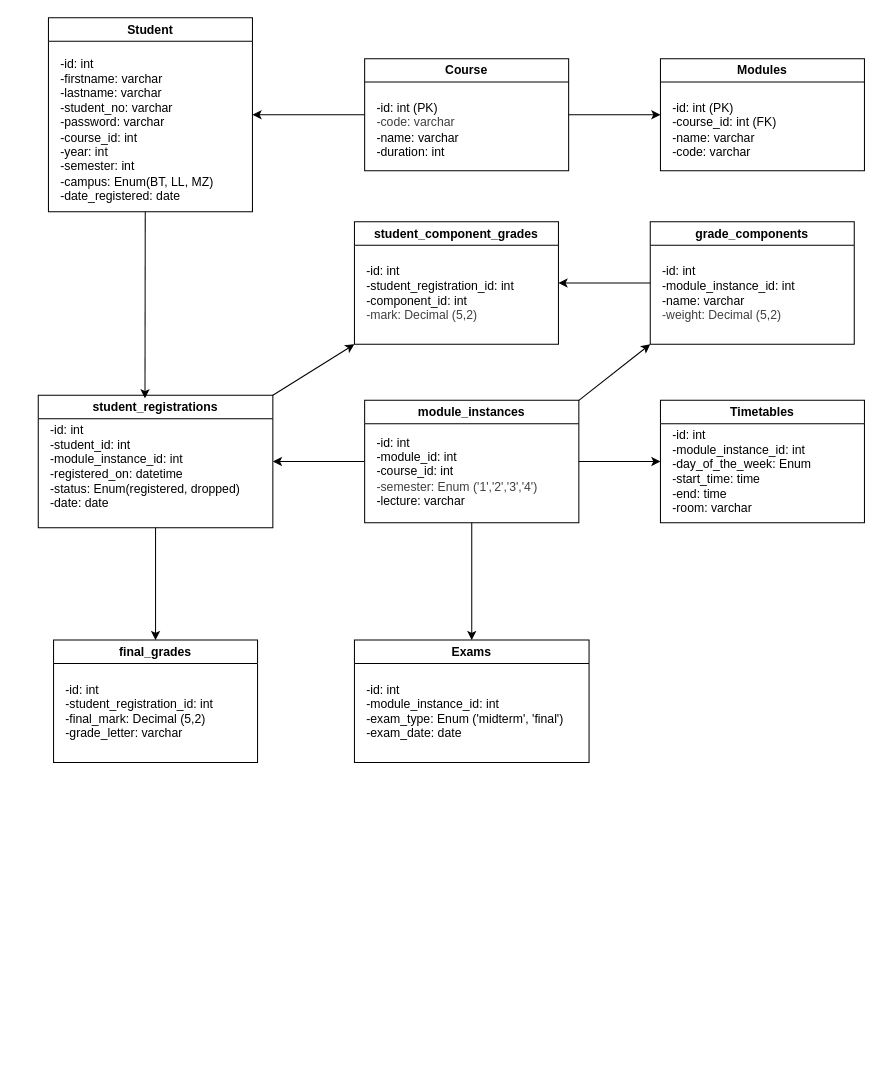
The draw.io diagram models/schoolReg_class_diagram.drawio in codebytiya/4th-year-project-, before the edit. Source tidied: cells renumbered, new cells numbered last; positions are measured from the earlier drawing's top-left corner, leaving out a move shared by most shapes. Both pictures are drawn from the tidied source at 102%, with x=0, y=0 at pixel (38, 17).
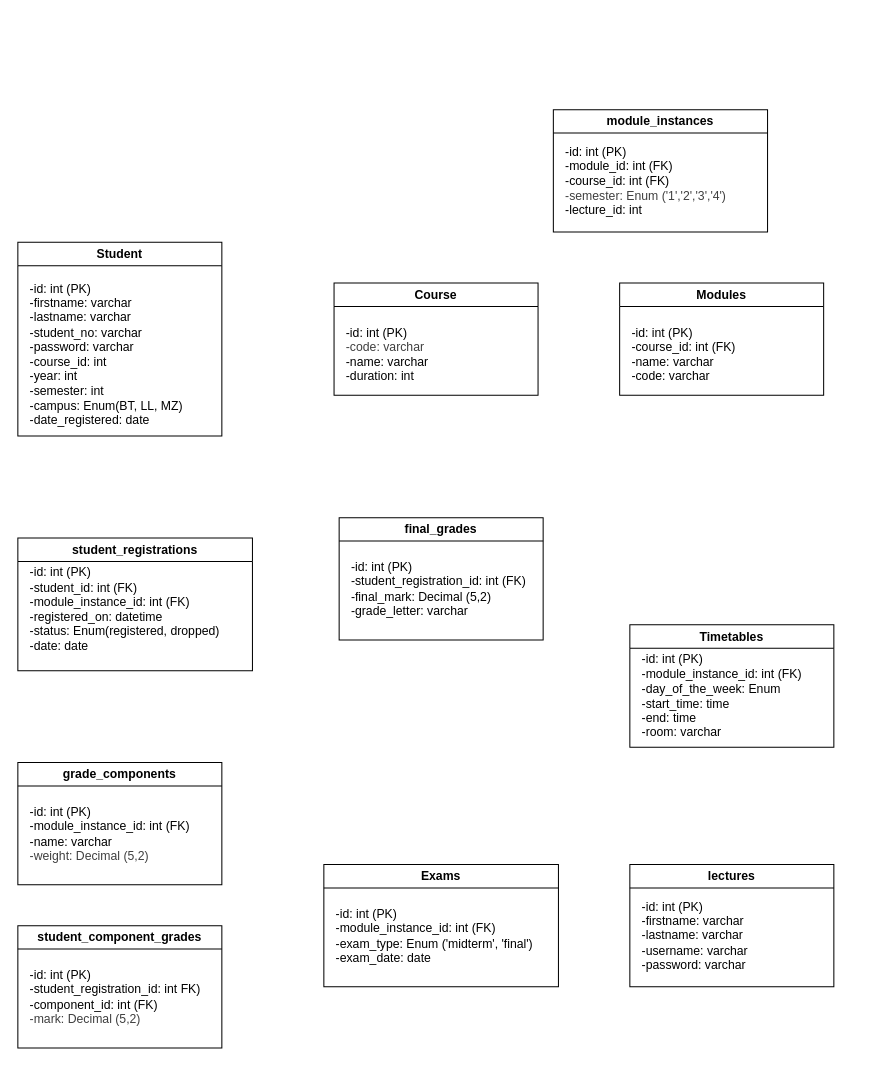
The same diagram, later.

Commit message (it also covers changes not shown here):
updating database model, adding lecture

Change to the diagram source:
```diff
@@
     <mxCell id="2" value="Student" style="swimlane;whiteSpace=wrap;html=1;" parent="1" vertex="1">
-      <mxGeometry x="10" width="200" height="190" as="geometry" />
+      <mxGeometry x="-20" y="220" width="200" height="190" as="geometry" />
     </mxCell>
-    <mxCell id="3" value="-id: int&lt;div&gt;-firstname: varchar&lt;/div&gt;&lt;div&gt;-lastname: varchar&lt;/div&gt;&lt;div&gt;-student_no: varchar&lt;/div&gt;&lt;div&gt;-password: varchar&lt;/div&gt;&lt;div&gt;-course_id: int&lt;/div&gt;&lt;div&gt;-year: int&lt;/div&gt;&lt;div&gt;-semester: int&lt;/div&gt;&lt;div&gt;-campus: Enum(BT, LL, MZ)&lt;/div&gt;&lt;div&gt;-date_registered: date&lt;/div&gt;" style="text;html=1;align=left;verticalAlign=middle;points=[];strokeColor=none;fillColor=none;" parent="2" vertex="1">
+    <mxCell id="3" value="-id: int (PK)&lt;div&gt;-firstname: varchar&lt;/div&gt;&lt;div&gt;-lastname: varchar&lt;/div&gt;&lt;div&gt;-student_no: varchar&lt;/div&gt;&lt;div&gt;-password: varchar&lt;/div&gt;&lt;div&gt;-course_id: int&lt;/div&gt;&lt;div&gt;-year: int&lt;/div&gt;&lt;div&gt;-semester: int&lt;/div&gt;&lt;div&gt;-campus: Enum(BT, LL, MZ)&lt;/div&gt;&lt;div&gt;-date_registered: date&lt;/div&gt;" style="text;html=1;align=left;verticalAlign=middle;points=[];strokeColor=none;fillColor=none;" parent="2" vertex="1">
       <mxGeometry x="10" y="30" width="170" height="160" as="geometry" />
     </mxCell>
-    <mxCell id="4" style="edgeStyle=none;html=1;exitX=0;exitY=0.5;exitDx=0;exitDy=0;entryX=1;entryY=0.5;entryDx=0;entryDy=0;" parent="1" edge="1" source="6" target="2">
-      <mxGeometry relative="1" as="geometry" />
-    </mxCell>
-    <mxCell id="5" style="edgeStyle=none;html=1;exitX=1;exitY=0.5;exitDx=0;exitDy=0;entryX=0;entryY=0.5;entryDx=0;entryDy=0;" parent="1" edge="1" source="6" target="8">
-      <mxGeometry relative="1" as="geometry" />
-    </mxCell>
     <mxCell id="6" value="Course" style="swimlane;whiteSpace=wrap;html=1;" parent="1" vertex="1">
-      <mxGeometry x="320" y="40" width="200" height="110" as="geometry" />
+      <mxGeometry x="290" y="260" width="200" height="110" as="geometry" />
     </mxCell>
@@
     <mxCell id="8" value="Modules" style="swimlane;whiteSpace=wrap;html=1;" parent="1" vertex="1">
-      <mxGeometry x="610" y="40" width="200" height="110" as="geometry" />
+      <mxGeometry x="570" y="260" width="200" height="110" as="geometry" />
     </mxCell>
@@
     <mxCell id="10" value="Timetables" style="swimlane;whiteSpace=wrap;html=1;" parent="1" vertex="1">
-      <mxGeometry x="610" y="375" width="200" height="120" as="geometry" />
+      <mxGeometry x="580" y="595" width="200" height="120" as="geometry" />
     </mxCell>
-    <mxCell id="11" value="-id: int&lt;div&gt;&lt;font color=&quot;#000000&quot;&gt;-module_instance_id: int&lt;br&gt;&lt;/font&gt;&lt;div&gt;&lt;font color=&quot;#000000&quot;&gt;-day_of_the_week: Enum&lt;br&gt;&lt;/font&gt;&lt;div&gt;-start_time: time&lt;/div&gt;&lt;div&gt;-end: time&lt;/div&gt;&lt;div&gt;-room: varchar&lt;/div&gt;&lt;/div&gt;&lt;/div&gt;" style="text;html=1;align=left;verticalAlign=middle;strokeColor=none;fillColor=none;" parent="10" vertex="1">
-      <mxGeometry x="10" y="20" width="160" height="100" as="geometry" />
+    <mxCell id="11" value="-id: int (PK)&lt;div&gt;&lt;font color=&quot;#000000&quot;&gt;-module_instance_id: int (FK)&lt;br&gt;&lt;/font&gt;&lt;div&gt;&lt;font color=&quot;#000000&quot;&gt;-day_of_the_week: Enum&lt;br&gt;&lt;/font&gt;&lt;div&gt;-start_time: time&lt;/div&gt;&lt;div&gt;-end: time&lt;/div&gt;&lt;div&gt;-room: varchar&lt;/div&gt;&lt;/div&gt;&lt;/div&gt;" style="text;html=1;align=left;verticalAlign=middle;strokeColor=none;fillColor=none;" parent="10" vertex="1">
+      <mxGeometry x="10" y="20" width="180" height="100" as="geometry" />
     </mxCell>
     <mxCell id="12" value="Exams" style="swimlane;whiteSpace=wrap;html=1;startSize=23;" parent="1" vertex="1">
-      <mxGeometry x="310" y="610" width="230" height="120" as="geometry" />
+      <mxGeometry x="280" y="830" width="230" height="120" as="geometry" />
     </mxCell>
-    <mxCell id="13" value="-id: int&lt;div&gt;&lt;font color=&quot;#000000&quot;&gt;-module_instance_id: int&lt;br&gt;&lt;/font&gt;&lt;div&gt;&lt;font color=&quot;#000000&quot;&gt;-exam_type: Enum ('midterm', 'final')&lt;/font&gt;&lt;/div&gt;&lt;/div&gt;&lt;div&gt;-exam_date: date&lt;/div&gt;" style="text;html=1;align=left;verticalAlign=middle;strokeColor=none;fillColor=none;" parent="12" vertex="1">
+    <mxCell id="13" value="-id: int (PK)&lt;div&gt;&lt;font color=&quot;#000000&quot;&gt;-module_instance_id: int (FK)&lt;br&gt;&lt;/font&gt;&lt;div&gt;&lt;font color=&quot;#000000&quot;&gt;-exam_type: Enum ('midterm', 'final')&lt;/font&gt;&lt;/div&gt;&lt;/div&gt;&lt;div&gt;-exam_date: date&lt;/div&gt;" style="text;html=1;align=left;verticalAlign=middle;strokeColor=none;fillColor=none;" parent="12" vertex="1">
       <mxGeometry x="10" y="35" width="220" height="70" as="geometry" />
     </mxCell>
-    <mxCell id="14" style="edgeStyle=none;html=1;exitX=0.5;exitY=1;exitDx=0;exitDy=0;" parent="1" edge="1" source="16" target="29">
-      <mxGeometry relative="1" as="geometry" />
-    </mxCell>
-    <mxCell id="15" style="edgeStyle=none;html=1;exitX=1;exitY=0;exitDx=0;exitDy=0;entryX=0;entryY=1;entryDx=0;entryDy=0;" parent="1" edge="1" source="16" target="27">
-      <mxGeometry relative="1" as="geometry" />
-    </mxCell>
     <mxCell id="16" value="student_registrations" style="swimlane;whiteSpace=wrap;html=1;startSize=23;" parent="1" vertex="1">
-      <mxGeometry y="370" width="230" height="130" as="geometry" />
+      <mxGeometry x="-20" y="510" width="230" height="130" as="geometry" />
     </mxCell>
-    <mxCell id="17" value="-id: int&lt;div&gt;&lt;font color=&quot;#000000&quot;&gt;-student_id: int&lt;br&gt;&lt;/font&gt;&lt;div&gt;&lt;font color=&quot;#000000&quot;&gt;-module_instance_id: int&lt;br&gt;&lt;/font&gt;&lt;div&gt;-registered_on: datetime&lt;/div&gt;&lt;div&gt;-status: Enum(registered, dropped)&lt;/div&gt;&lt;/div&gt;&lt;/div&gt;&lt;div&gt;-date: date&lt;/div&gt;" style="text;html=1;align=left;verticalAlign=middle;strokeColor=none;fillColor=none;" parent="16" vertex="1">
+    <mxCell id="17" value="-id: int (PK)&lt;div&gt;&lt;font color=&quot;#000000&quot;&gt;-student_id: int (FK)&lt;br&gt;&lt;/font&gt;&lt;div&gt;&lt;font color=&quot;#000000&quot;&gt;-module_instance_id: int (FK)&lt;br&gt;&lt;/font&gt;&lt;div&gt;-registered_on: datetime&lt;/div&gt;&lt;div&gt;-status: Enum(registered, dropped)&lt;/div&gt;&lt;/div&gt;&lt;/div&gt;&lt;div&gt;-date: date&lt;/div&gt;" style="text;html=1;align=left;verticalAlign=middle;strokeColor=none;fillColor=none;" parent="16" vertex="1">
       <mxGeometry x="10" y="20" width="210" height="100" as="geometry" />
     </mxCell>
-    <mxCell id="18" style="edgeStyle=none;html=1;exitX=1;exitY=0.5;exitDx=0;exitDy=0;entryX=0;entryY=0.5;entryDx=0;entryDy=0;" parent="1" edge="1" source="22" target="10">
-      <mxGeometry relative="1" as="geometry" />
-    </mxCell>
-    <mxCell id="19" style="edgeStyle=none;html=1;exitX=0;exitY=0.5;exitDx=0;exitDy=0;entryX=1;entryY=0.5;entryDx=0;entryDy=0;" parent="1" edge="1" source="22" target="16">
-      <mxGeometry relative="1" as="geometry" />
-    </mxCell>
-    <mxCell id="20" style="edgeStyle=none;html=1;exitX=0.5;exitY=1;exitDx=0;exitDy=0;" parent="1" edge="1" source="22" target="12">
-      <mxGeometry relative="1" as="geometry" />
-    </mxCell>
-    <mxCell id="21" style="edgeStyle=none;html=1;exitX=1;exitY=0;exitDx=0;exitDy=0;entryX=0;entryY=1;entryDx=0;entryDy=0;" parent="1" edge="1" source="22" target="25">
-      <mxGeometry relative="1" as="geometry" />
-    </mxCell>
     <mxCell id="22" value="module_instances" style="swimlane;whiteSpace=wrap;html=1;" parent="1" vertex="1">
-      <mxGeometry x="320" y="375" width="210" height="120" as="geometry" />
+      <mxGeometry x="505" y="90" width="210" height="120" as="geometry" />
     </mxCell>
-    <mxCell id="23" value="-id: int&lt;div&gt;&lt;font color=&quot;#000000&quot;&gt;-module_id: int&lt;br&gt;&lt;/font&gt;&lt;div&gt;&lt;font color=&quot;#000000&quot;&gt;-course_id: int&lt;/font&gt;&lt;/div&gt;&lt;div&gt;&lt;span style=&quot;color: rgb(63, 63, 63); background-color: transparent;&quot;&gt;-semester: Enum ('1','2','3','4')&lt;/span&gt;&lt;div&gt;-lecture: varchar&lt;/div&gt;&lt;/div&gt;&lt;/div&gt;" style="text;html=1;align=left;verticalAlign=middle;strokeColor=none;fillColor=none;" parent="22" vertex="1">
+    <mxCell id="23" value="-id: int (PK)&lt;div&gt;&lt;font color=&quot;#000000&quot;&gt;-module_id: int (FK)&lt;br&gt;&lt;/font&gt;&lt;div&gt;&lt;font color=&quot;#000000&quot;&gt;-course_id: int (FK)&lt;/font&gt;&lt;/div&gt;&lt;div&gt;&lt;span style=&quot;color: rgb(63, 63, 63); background-color: transparent;&quot;&gt;-semester: Enum ('1','2','3','4')&lt;/span&gt;&lt;div&gt;-lecture_id: int&lt;/div&gt;&lt;/div&gt;&lt;/div&gt;" style="text;html=1;align=left;verticalAlign=middle;strokeColor=none;fillColor=none;" parent="22" vertex="1">
       <mxGeometry x="10" y="25" width="180" height="90" as="geometry" />
     </mxCell>
-    <mxCell id="24" style="edgeStyle=none;html=1;exitX=0;exitY=0.5;exitDx=0;exitDy=0;entryX=1;entryY=0.5;entryDx=0;entryDy=0;" parent="1" edge="1" source="25" target="27">
-      <mxGeometry relative="1" as="geometry" />
-    </mxCell>
     <mxCell id="25" value="grade_components" style="swimlane;whiteSpace=wrap;html=1;" parent="1" vertex="1">
-      <mxGeometry x="600" y="200" width="200" height="120" as="geometry" />
+      <mxGeometry x="-20" y="730" width="200" height="120" as="geometry" />
     </mxCell>
-    <mxCell id="26" value="-id: int&lt;div&gt;&lt;font color=&quot;#000000&quot;&gt;-module_instance_id: int&lt;br&gt;&lt;/font&gt;&lt;div&gt;&lt;font color=&quot;#000000&quot;&gt;-name: varchar&lt;/font&gt;&lt;/div&gt;&lt;div&gt;&lt;span style=&quot;color: rgb(63, 63, 63); background-color: transparent;&quot;&gt;-weight: Decimal (5,2)&lt;/span&gt;&lt;/div&gt;&lt;/div&gt;" style="text;html=1;align=left;verticalAlign=middle;strokeColor=none;fillColor=none;" parent="25" vertex="1">
-      <mxGeometry x="10" y="35" width="150" height="70" as="geometry" />
+    <mxCell id="26" value="-id: int (PK)&lt;div&gt;&lt;font color=&quot;#000000&quot;&gt;-module_instance_id: int (FK)&lt;br&gt;&lt;/font&gt;&lt;div&gt;&lt;font color=&quot;#000000&quot;&gt;-name: varchar&lt;/font&gt;&lt;/div&gt;&lt;div&gt;&lt;span style=&quot;color: rgb(63, 63, 63); background-color: transparent;&quot;&gt;-weight: Decimal (5,2)&lt;/span&gt;&lt;/div&gt;&lt;/div&gt;" style="text;html=1;align=left;verticalAlign=middle;strokeColor=none;fillColor=none;" parent="25" vertex="1">
+      <mxGeometry x="10" y="35" width="180" height="70" as="geometry" />
     </mxCell>
     <mxCell id="27" value="student_component_grades" style="swimlane;whiteSpace=wrap;html=1;" parent="1" vertex="1">
-      <mxGeometry x="310" y="200" width="200" height="120" as="geometry" />
+      <mxGeometry x="-20" y="890" width="200" height="120" as="geometry" />
     </mxCell>
-    <mxCell id="28" value="-id: int&lt;div&gt;&lt;font color=&quot;#000000&quot;&gt;-student_registration_id: int&lt;br&gt;&lt;/font&gt;&lt;div&gt;&lt;font color=&quot;#000000&quot;&gt;-component_id: int&lt;/font&gt;&lt;/div&gt;&lt;div&gt;&lt;span style=&quot;color: rgb(63, 63, 63); background-color: transparent;&quot;&gt;-mark: Decimal (5,2)&lt;/span&gt;&lt;/div&gt;&lt;/div&gt;" style="text;html=1;align=left;verticalAlign=middle;strokeColor=none;fillColor=none;" parent="27" vertex="1">
-      <mxGeometry x="10" y="35" width="170" height="70" as="geometry" />
+    <mxCell id="28" value="-id: int (PK)&lt;div&gt;&lt;font color=&quot;#000000&quot;&gt;-student_registration_id: int FK)&lt;br&gt;&lt;/font&gt;&lt;div&gt;&lt;font color=&quot;#000000&quot;&gt;-component_id: int (FK)&lt;/font&gt;&lt;/div&gt;&lt;div&gt;&lt;span style=&quot;color: rgb(63, 63, 63); background-color: transparent;&quot;&gt;-mark: Decimal (5,2)&lt;/span&gt;&lt;/div&gt;&lt;/div&gt;" style="text;html=1;align=left;verticalAlign=middle;strokeColor=none;fillColor=none;" parent="27" vertex="1">
+      <mxGeometry x="10" y="35" width="190" height="70" as="geometry" />
     </mxCell>
     <mxCell id="29" value="final_grades" style="swimlane;whiteSpace=wrap;html=1;" parent="1" vertex="1">
-      <mxGeometry x="15" y="610" width="200" height="120" as="geometry" />
+      <mxGeometry x="295" y="490" width="200" height="120" as="geometry" />
     </mxCell>
-    <mxCell id="30" value="-id: int&lt;div&gt;&lt;font color=&quot;#000000&quot;&gt;-student_registration_id: int&lt;br&gt;&lt;/font&gt;&lt;div&gt;&lt;span style=&quot;background-color: transparent;&quot;&gt;-final_mark: Decimal (5,2)&lt;/span&gt;&lt;/div&gt;&lt;/div&gt;&lt;div&gt;&lt;span style=&quot;color: rgb(0, 0, 0);&quot;&gt;-grade_letter: varchar&lt;/span&gt;&lt;span style=&quot;background-color: transparent;&quot;&gt;&lt;/span&gt;&lt;/div&gt;" style="text;html=1;align=left;verticalAlign=middle;strokeColor=none;fillColor=none;" parent="29" vertex="1">
-      <mxGeometry x="10" y="35" width="170" height="70" as="geometry" />
+    <mxCell id="30" value="-id: int (PK)&lt;div&gt;&lt;font color=&quot;#000000&quot;&gt;-student_registration_id: int (FK)&lt;br&gt;&lt;/font&gt;&lt;div&gt;&lt;span style=&quot;background-color: transparent;&quot;&gt;-final_mark: Decimal (5,2)&lt;/span&gt;&lt;/div&gt;&lt;/div&gt;&lt;div&gt;&lt;span style=&quot;color: rgb(0, 0, 0);&quot;&gt;-grade_letter: varchar&lt;/span&gt;&lt;span style=&quot;background-color: transparent;&quot;&gt;&lt;/span&gt;&lt;/div&gt;" style="text;html=1;align=left;verticalAlign=middle;strokeColor=none;fillColor=none;" parent="29" vertex="1">
+      <mxGeometry x="10" y="35" width="190" height="70" as="geometry" />
     </mxCell>
-    <mxCell id="31" style="edgeStyle=none;html=1;entryX=0.455;entryY=0.023;entryDx=0;entryDy=0;entryPerimeter=0;" parent="1" edge="1" source="3" target="16">
-      <mxGeometry relative="1" as="geometry" />
-    </mxCell>
+    <mxCell id="32" value="lectures" style="swimlane;whiteSpace=wrap;html=1;startSize=23;" parent="1" vertex="1">
+      <mxGeometry x="580" y="830" width="200" height="120" as="geometry" />
+    </mxCell>
+    <mxCell id="33" value="-id: int (PK)&lt;div&gt;&lt;font color=&quot;#000000&quot;&gt;-firstname: varchar&lt;br&gt;&lt;/font&gt;&lt;div&gt;&lt;font color=&quot;#000000&quot;&gt;-lastname: varchar&lt;/font&gt;&lt;/div&gt;&lt;/div&gt;&lt;div&gt;-username: varchar&lt;/div&gt;&lt;div&gt;-password: varchar&lt;/div&gt;" style="text;html=1;align=left;verticalAlign=middle;strokeColor=none;fillColor=none;" parent="32" vertex="1">
+      <mxGeometry x="10" y="25" width="130" height="90" as="geometry" />
+    </mxCell>
```
